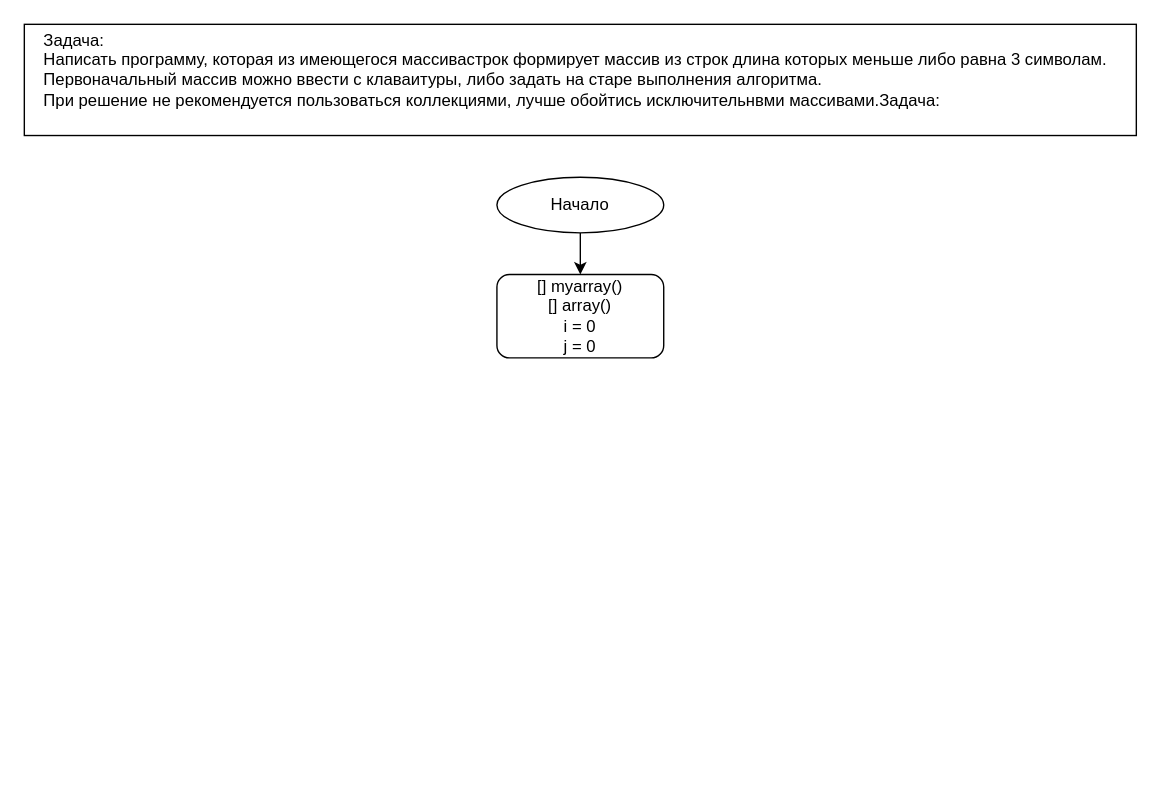
Above: List.drawio in SVStepan/Final_work (draw.io), before the change. Source tidied: cells renumbered, new cells numbered last; positions are measured from the earlier drawing's top-left corner, leaving out a move shared by most shapes. Both pictures are drawn from the tidied source at 139%, with x=0, y=0 at pixel (24, 24).
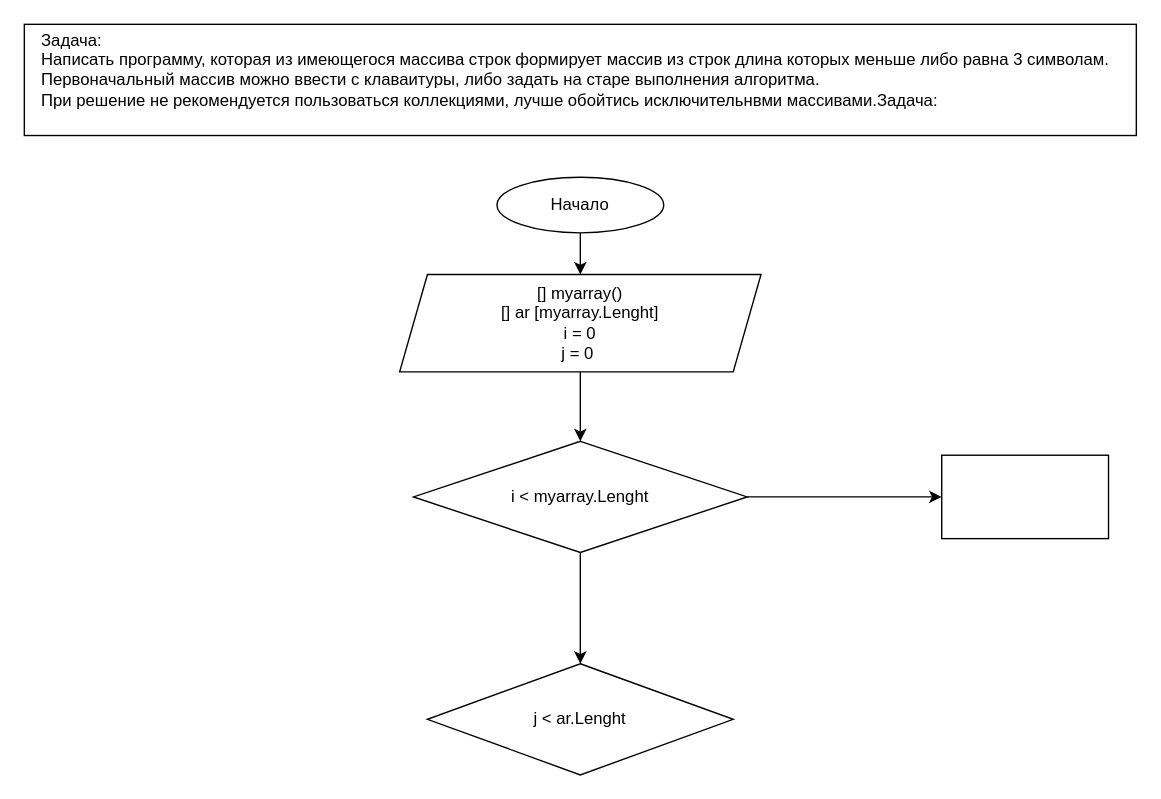
After the change.

Commit message (it also covers changes not shown here):
решение кода

What changed in the source:
```diff
@@
 <mxGraphModel>
   <root>
     <mxCell id="0" />
     <mxCell id="1" parent="0" />
-    <mxCell id="2" style="edgeStyle=none;html=1;exitX=0.5;exitY=1;exitDx=0;exitDy=0;entryX=0.5;entryY=0;entryDx=0;entryDy=0;fontFamily=Helvetica;fontSize=12;" parent="1" edge="1" source="3" target="5">
+    <mxCell id="2" style="edgeStyle=none;html=1;exitX=0.5;exitY=1;exitDx=0;exitDy=0;entryX=0.5;entryY=0;entryDx=0;entryDy=0;fontFamily=Helvetica;fontSize=12;" parent="1" edge="1" source="3" target="12">
       <mxGeometry relative="1" as="geometry" />
     </mxCell>
     <mxCell id="3" value="Начало" style="ellipse;whiteSpace=wrap;html=1;" parent="1" vertex="1">
       <mxGeometry x="340" y="110" width="120" height="40" as="geometry" />
     </mxCell>
-    <mxCell id="4" value="&lt;div style=&quot;text-align: justify&quot;&gt;Задача:&amp;nbsp;&lt;/div&gt;&lt;div style=&quot;text-align: justify&quot;&gt;Написать программу, которая из имеющегося массивастрок формирует массив из строк длина которых меньше либо равна 3 символам.&amp;nbsp;&amp;nbsp;&lt;/div&gt;&lt;div style=&quot;text-align: justify&quot;&gt;Первоначальный массив можно ввести с клаваитуры, либо задать на старе выполнения алгоритма.&amp;nbsp;&lt;/div&gt;&lt;div style=&quot;text-align: justify&quot;&gt;При решение не рекомендуется пользоваться коллекциями, лучше обойтись исключительнвми массивами.&lt;span&gt;Задача:&amp;nbsp;&lt;/span&gt;&lt;/div&gt;&lt;div style=&quot;text-align: justify&quot;&gt;&lt;br&gt;&lt;/div&gt;" style="rounded=0;whiteSpace=wrap;html=1;fontFamily=Helvetica;fontSize=12;" parent="1" vertex="1">
+    <mxCell id="4" value="&lt;div style=&quot;text-align: justify&quot;&gt;Задача:&amp;nbsp;&lt;/div&gt;&lt;div style=&quot;text-align: justify&quot;&gt;Написать программу, которая из имеющегося массива строк формирует массив из строк длина которых меньше либо равна 3 символам.&amp;nbsp;&amp;nbsp;&lt;/div&gt;&lt;div style=&quot;text-align: justify&quot;&gt;Первоначальный массив можно ввести с клаваитуры, либо задать на старе выполнения алгоритма.&amp;nbsp;&lt;/div&gt;&lt;div style=&quot;text-align: justify&quot;&gt;При решение не рекомендуется пользоваться коллекциями, лучше обойтись исключительнвми массивами.&lt;span&gt;Задача:&amp;nbsp;&lt;/span&gt;&lt;/div&gt;&lt;div style=&quot;text-align: justify&quot;&gt;&lt;br&gt;&lt;/div&gt;" style="rounded=0;whiteSpace=wrap;html=1;fontFamily=Helvetica;fontSize=12;" parent="1" vertex="1">
       <mxGeometry width="800" height="80" as="geometry" />
     </mxCell>
-    <mxCell id="5" value="[] myarray()&lt;br&gt;[] array()&lt;br&gt;i = 0&lt;br&gt;j = 0" style="rounded=1;whiteSpace=wrap;html=1;fontFamily=Helvetica;fontSize=12;" parent="1" vertex="1">
-      <mxGeometry x="340" y="180" width="120" height="60" as="geometry" />
-    </mxCell>
+    <mxCell id="6" style="edgeStyle=none;html=1;fontFamily=Helvetica;fontSize=12;" parent="1" edge="1" source="8" target="9">
+      <mxGeometry relative="1" as="geometry" />
+    </mxCell>
+    <mxCell id="7" style="edgeStyle=none;html=1;fontFamily=Helvetica;fontSize=12;" parent="1" edge="1" source="8" target="10">
+      <mxGeometry relative="1" as="geometry" />
+    </mxCell>
+    <mxCell id="8" value="i &amp;lt; myarray.Lenght" style="rhombus;whiteSpace=wrap;html=1;fontFamily=Helvetica;fontSize=12;" parent="1" vertex="1">
+      <mxGeometry x="280" y="300" width="240" height="80" as="geometry" />
+    </mxCell>
+    <mxCell id="9" style="whiteSpace=wrap;html=1;" parent="1" vertex="1">
+      <mxGeometry x="660" y="310" width="120" height="60" as="geometry" />
+    </mxCell>
+    <mxCell id="10" value="&lt;span&gt;j &amp;lt; ar.Lenght&lt;/span&gt;" style="rhombus;whiteSpace=wrap;html=1;" parent="1" vertex="1">
+      <mxGeometry x="290" y="460" width="220" height="80" as="geometry" />
+    </mxCell>
+    <mxCell id="11" style="edgeStyle=none;html=1;exitX=0.5;exitY=1;exitDx=0;exitDy=0;entryX=0.5;entryY=0;entryDx=0;entryDy=0;fontFamily=Helvetica;fontSize=12;" parent="1" edge="1" source="12" target="8">
+      <mxGeometry relative="1" as="geometry" />
+    </mxCell>
+    <mxCell id="12" value="&lt;span&gt;[] myarray()&lt;/span&gt;&lt;br&gt;&lt;span&gt;[] ar [myarray.Lenght]&lt;/span&gt;&lt;br&gt;&lt;span&gt;i = 0&lt;/span&gt;&lt;br&gt;&lt;span&gt;j = 0&amp;nbsp;&lt;br&gt;&lt;/span&gt;" style="shape=parallelogram;perimeter=parallelogramPerimeter;whiteSpace=wrap;html=1;fixedSize=1;fontFamily=Helvetica;fontSize=12;" parent="1" vertex="1">
+      <mxGeometry x="270" y="180" width="260" height="70" as="geometry" />
+    </mxCell>
   </root>
 </mxGraphModel>
```
